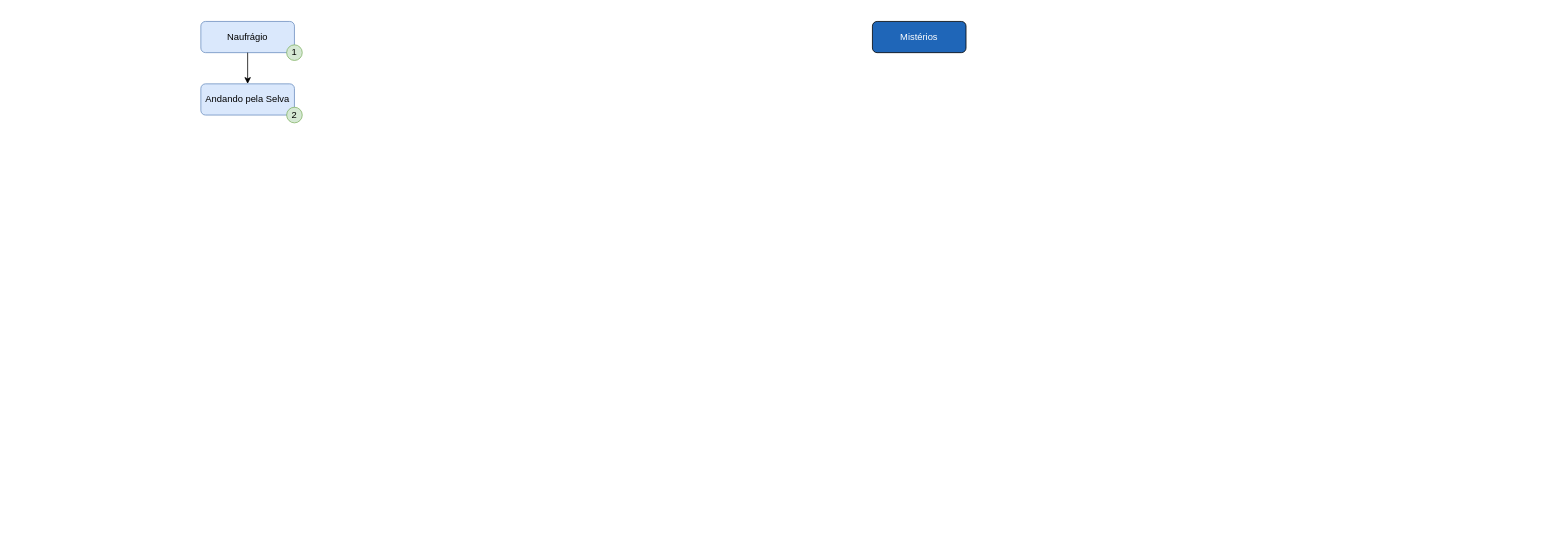
This is Untitled Diagram.drawio from Douglas-Flores/sons_of_war, a draw.io file, before an edit. Source tidied: cells renumbered, new cells numbered last; positions are measured from the earlier drawing's top-left corner, leaving out a move shared by most shapes. Both pictures are drawn from the tidied source at 78%, with x=0, y=0 at pixel (200, 21).
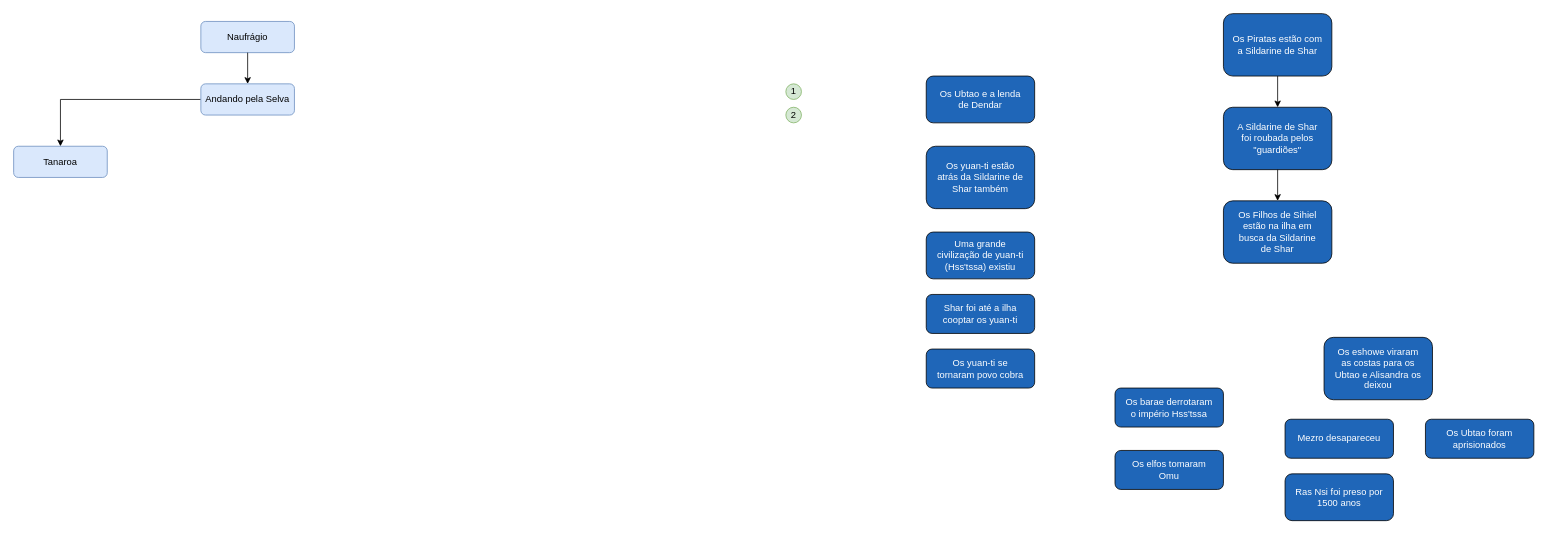
Above is the later version.

The change refers to these unchanged cells:
```xml
<mxCell id="3" value="Andando pela Selva" style="rounded=1;whiteSpace=wrap;html=1;fillColor=#dae8fc;strokeColor=#6c8ebf;" parent="1" vertex="1">
  <mxGeometry y="80" width="120" height="40" as="geometry" />
</mxCell>
```

The edit, as a diff of the source:
```diff
@@
+    <mxCell id="8" style="edgeStyle=orthogonalEdgeStyle;rounded=0;jettySize=auto;html=1;exitX=0;exitY=0.5;exitDx=0;exitDy=0;entryX=0.5;entryY=0;entryDx=0;entryDy=0;fontFamily=Helvetica;fontColor=#FFFFFF;" parent="1" edge="1" source="3" target="24">
+      <mxGeometry relative="1" as="geometry" />
+    </mxCell>
@@
     <mxCell id="5" value="1" style="ellipse;whiteSpace=wrap;html=1;shadow=0;glass=0;labelBackgroundColor=none;sketch=0;fillColor=#d5e8d4;strokeColor=#82b366;" parent="1" vertex="1">
-      <mxGeometry x="110" y="30" width="20" height="20" as="geometry" />
+      <mxGeometry x="750" y="80" width="20" height="20" as="geometry" />
     </mxCell>
     <mxCell id="6" value="2" style="ellipse;whiteSpace=wrap;html=1;shadow=0;glass=0;labelBackgroundColor=none;sketch=0;fillColor=#d5e8d4;strokeColor=#82b366;" parent="1" vertex="1">
-      <mxGeometry x="110" y="110" width="20" height="20" as="geometry" />
+      <mxGeometry x="750" y="110" width="20" height="20" as="geometry" />
     </mxCell>
-    <mxCell id="7" value="&lt;font color=&quot;#ffffff&quot;&gt;Mistérios&lt;/font&gt;" style="rounded=1;whiteSpace=wrap;html=1;shadow=0;glass=0;labelBackgroundColor=none;sketch=0;fontFamily=Helvetica;fillColor=#1F66B8;" parent="1" vertex="1">
-      <mxGeometry x="861" width="120" height="40" as="geometry" />
+    <mxCell id="7" value="&lt;font color=&quot;#ffffff&quot;&gt;Os Piratas estão com a Sildarine de Shar&lt;/font&gt;" style="rounded=1;whiteSpace=wrap;html=1;shadow=0;glass=0;labelBackgroundColor=none;sketch=0;fontFamily=Helvetica;fillColor=#1F66B8;spacingLeft=11;spacingRight=11;" parent="1" vertex="1">
+      <mxGeometry x="1311" y="-10" width="139" height="80" as="geometry" />
     </mxCell>
+    <mxCell id="9" value="&lt;font color=&quot;#ffffff&quot;&gt;A Sildarine de Shar foi roubada pelos &quot;guardiões&quot;&lt;/font&gt;" style="rounded=1;whiteSpace=wrap;html=1;shadow=0;glass=0;labelBackgroundColor=none;sketch=0;fontFamily=Helvetica;fillColor=#1F66B8;spacingLeft=11;spacingRight=11;" parent="1" vertex="1">
+      <mxGeometry x="1311" y="110" width="139" height="80" as="geometry" />
+    </mxCell>
+    <mxCell id="10" style="endArrow=classic;html=1;rounded=0;fontFamily=Helvetica;fontColor=#FFFFFF;exitX=0.5;exitY=1;exitDx=0;exitDy=0;entryX=0.5;entryY=0;entryDx=0;entryDy=0;" parent="1" edge="1" source="7" target="9">
+      <mxGeometry relative="1" as="geometry" />
+    </mxCell>
+    <mxCell id="11" value="&lt;font color=&quot;#ffffff&quot;&gt;Os Filhos de Sihiel estão na ilha em busca da Sildarine de Shar&lt;/font&gt;" style="rounded=1;whiteSpace=wrap;html=1;shadow=0;glass=0;labelBackgroundColor=none;sketch=0;fontFamily=Helvetica;fillColor=#1F66B8;spacingLeft=11;spacingRight=11;" parent="1" vertex="1">
+      <mxGeometry x="1311" y="230" width="139" height="80" as="geometry" />
+    </mxCell>
+    <mxCell id="12" style="endArrow=classic;html=1;rounded=0;fontFamily=Helvetica;fontColor=#FFFFFF;exitX=0.5;exitY=1;exitDx=0;exitDy=0;" parent="1" edge="1" source="9" target="11">
+      <mxGeometry relative="1" as="geometry" />
+    </mxCell>
+    <mxCell id="13" value="&lt;font color=&quot;#ffffff&quot;&gt;Os yuan-ti estão atrás da Sildarine de Shar também&lt;/font&gt;" style="rounded=1;whiteSpace=wrap;html=1;shadow=0;glass=0;labelBackgroundColor=none;sketch=0;fontFamily=Helvetica;fillColor=#1F66B8;spacingLeft=11;spacingRight=11;" parent="1" vertex="1">
+      <mxGeometry x="930" y="160" width="139" height="80" as="geometry" />
+    </mxCell>
+    <mxCell id="14" value="&lt;font color=&quot;#ffffff&quot;&gt;Os Ubtao e a lenda de Dendar&lt;/font&gt;" style="rounded=1;whiteSpace=wrap;html=1;shadow=0;glass=0;labelBackgroundColor=none;sketch=0;fontFamily=Helvetica;fillColor=#1F66B8;spacingLeft=11;spacingRight=11;" parent="1" vertex="1">
+      <mxGeometry x="930" y="70" width="139" height="60" as="geometry" />
+    </mxCell>
+    <mxCell id="15" value="&lt;font color=&quot;#ffffff&quot;&gt;Uma grande civilização de yuan-ti (Hss'tssa) existiu&lt;/font&gt;" style="rounded=1;whiteSpace=wrap;html=1;shadow=0;glass=0;labelBackgroundColor=none;sketch=0;fontFamily=Helvetica;fillColor=#1F66B8;spacingLeft=11;spacingRight=11;" parent="1" vertex="1">
+      <mxGeometry x="930" y="270" width="139" height="60" as="geometry" />
+    </mxCell>
+    <mxCell id="16" value="&lt;font color=&quot;#ffffff&quot;&gt;Shar foi&amp;nbsp;até a ilha cooptar os yuan-ti&lt;/font&gt;" style="rounded=1;whiteSpace=wrap;html=1;shadow=0;glass=0;labelBackgroundColor=none;sketch=0;fontFamily=Helvetica;fillColor=#1F66B8;spacingLeft=11;spacingRight=11;" parent="1" vertex="1">
+      <mxGeometry x="930" y="350" width="139" height="50" as="geometry" />
+    </mxCell>
+    <mxCell id="17" value="&lt;font color=&quot;#ffffff&quot;&gt;Os yuan-ti se tornaram povo cobra&lt;/font&gt;" style="rounded=1;whiteSpace=wrap;html=1;shadow=0;glass=0;labelBackgroundColor=none;sketch=0;fontFamily=Helvetica;fillColor=#1F66B8;spacingLeft=11;spacingRight=11;" parent="1" vertex="1">
+      <mxGeometry x="930" y="420" width="139" height="50" as="geometry" />
+    </mxCell>
+    <mxCell id="18" value="&lt;font color=&quot;#ffffff&quot;&gt;Os barae derrotaram o império Hss'tssa&lt;/font&gt;" style="rounded=1;whiteSpace=wrap;html=1;shadow=0;glass=0;labelBackgroundColor=none;sketch=0;fontFamily=Helvetica;fillColor=#1F66B8;spacingLeft=11;spacingRight=11;" parent="1" vertex="1">
+      <mxGeometry x="1172" y="470" width="139" height="50" as="geometry" />
+    </mxCell>
+    <mxCell id="19" value="&lt;font color=&quot;#ffffff&quot;&gt;Os eshowe viraram as costas para os Ubtao e Alisandra os deixou&lt;/font&gt;" style="rounded=1;whiteSpace=wrap;html=1;shadow=0;glass=0;labelBackgroundColor=none;sketch=0;fontFamily=Helvetica;fillColor=#1F66B8;spacingLeft=11;spacingRight=11;" parent="1" vertex="1">
+      <mxGeometry x="1440" y="405" width="139" height="80" as="geometry" />
+    </mxCell>
+    <mxCell id="20" value="&lt;font color=&quot;#ffffff&quot;&gt;Mezro desapareceu&lt;/font&gt;" style="rounded=1;whiteSpace=wrap;html=1;shadow=0;glass=0;labelBackgroundColor=none;sketch=0;fontFamily=Helvetica;fillColor=#1F66B8;spacingLeft=11;spacingRight=11;" parent="1" vertex="1">
+      <mxGeometry x="1390" y="510" width="139" height="50" as="geometry" />
+    </mxCell>
+    <mxCell id="21" value="&lt;font color=&quot;#ffffff&quot;&gt;Os elfos tomaram Omu&lt;/font&gt;" style="rounded=1;whiteSpace=wrap;html=1;shadow=0;glass=0;labelBackgroundColor=none;sketch=0;fontFamily=Helvetica;fillColor=#1F66B8;spacingLeft=11;spacingRight=11;" parent="1" vertex="1">
+      <mxGeometry x="1172" y="550" width="139" height="50" as="geometry" />
+    </mxCell>
+    <mxCell id="22" value="&lt;font color=&quot;#ffffff&quot;&gt;Os Ubtao foram aprisionados&lt;/font&gt;" style="rounded=1;whiteSpace=wrap;html=1;shadow=0;glass=0;labelBackgroundColor=none;sketch=0;fontFamily=Helvetica;fillColor=#1F66B8;spacingLeft=11;spacingRight=11;" parent="1" vertex="1">
+      <mxGeometry x="1570" y="510" width="139" height="50" as="geometry" />
+    </mxCell>
+    <mxCell id="23" value="&lt;font color=&quot;#ffffff&quot;&gt;Ras Nsi foi preso por 1500 anos&lt;/font&gt;" style="rounded=1;whiteSpace=wrap;html=1;shadow=0;glass=0;labelBackgroundColor=none;sketch=0;fontFamily=Helvetica;fillColor=#1F66B8;spacingLeft=11;spacingRight=11;" parent="1" vertex="1">
+      <mxGeometry x="1390" y="580" width="139" height="60" as="geometry" />
+    </mxCell>
+    <mxCell id="24" value="Tanaroa" style="rounded=1;whiteSpace=wrap;html=1;fillColor=#dae8fc;strokeColor=#6c8ebf;" parent="1" vertex="1">
+      <mxGeometry x="-240" y="160" width="120" height="40" as="geometry" />
+    </mxCell>
```
